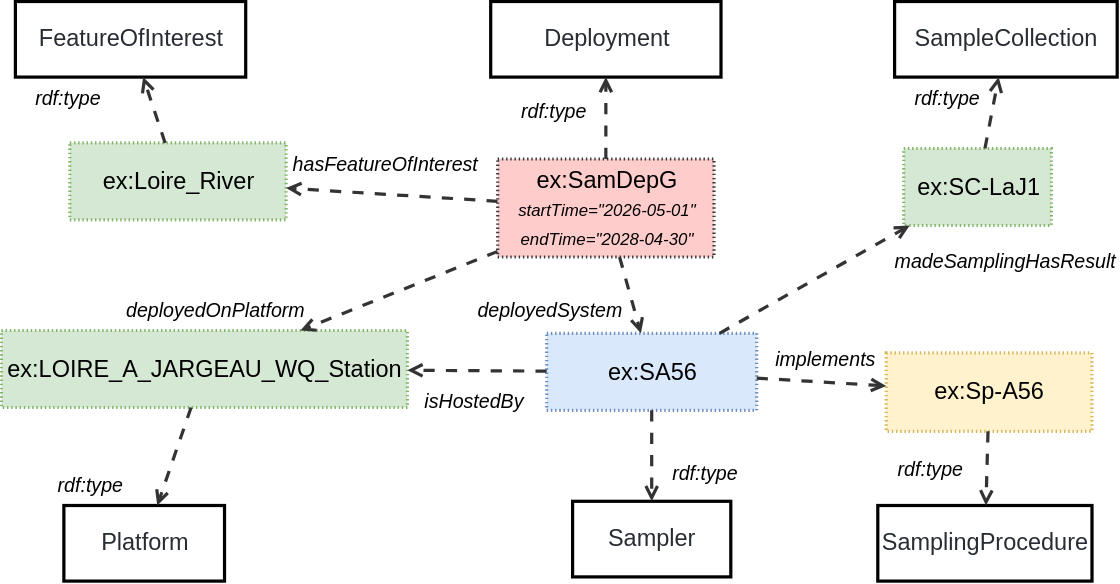
w3c/sdw-sosa-ssn keeps this draw.io diagram as ssn/images/PlannedDeployment.svg. Above is the earlier version. Source tidied: cells renumbered, new cells last; positions are measured from the earlier drawing's top-left corner, leaving out a move shared by most shapes.
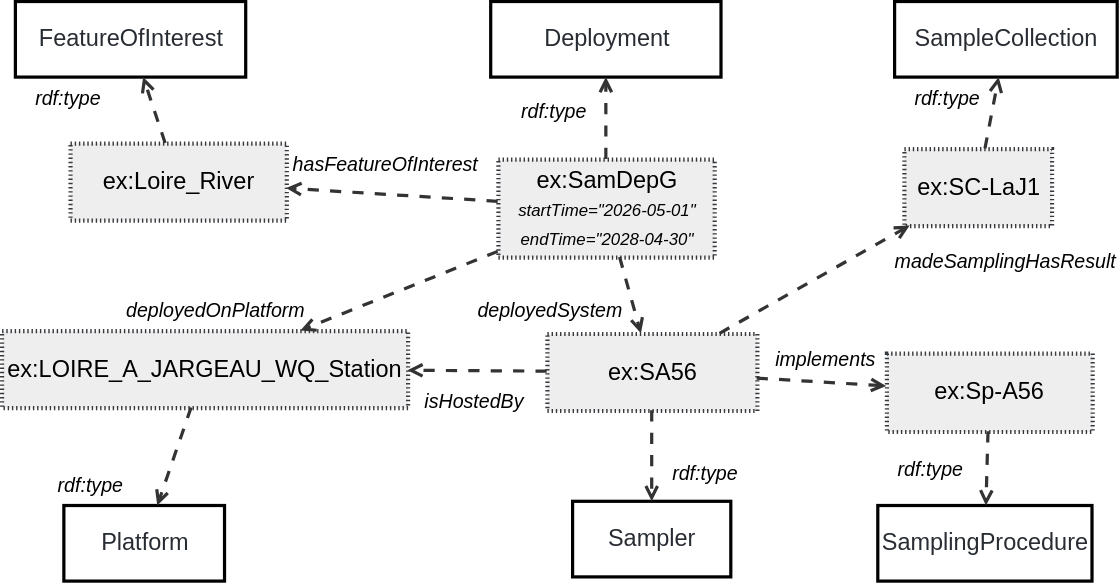
After the change.

Diff of the diagram source:
```diff
@@ -2,7 +2,7 @@
   <root>
     <mxCell id="0" />
     <mxCell id="1" parent="0" />
-    <mxCell id="2" value="ex:SC-LaJ1" style="html=1;overflow=block;blockSpacing=1;whiteSpace=wrap;fontSize=16.8;align=center;spacing=0;strokeOpacity=100;fillColor=#d5e8d4;dashed=1;fixDash=1;dashPattern=1 2;strokeWidth=2.3;strokeColor=#82b366;" parent="1" vertex="1">
+    <mxCell id="2" value="ex:SC-LaJ1" style="html=1;overflow=block;blockSpacing=1;whiteSpace=wrap;fontSize=16.8;align=center;spacing=0;strokeOpacity=100;fillColor=#eeeeee;dashed=1;fixDash=1;dashPattern=1 2;strokeWidth=3;strokeColor=#36393d;" parent="1" vertex="1">
       <mxGeometry x="644.5" y="105" width="105.5" height="55" as="geometry" />
     </mxCell>
     <mxCell id="3" value="SampleCollection" style="html=1;overflow=block;blockSpacing=1;whiteSpace=wrap;fontSize=16.8;fontColor=#282c33;align=center;spacing=0;strokeOpacity=100;fillColor=none;strokeWidth=2.3;" parent="1" vertex="1">
@@ -14,7 +14,7 @@
     <mxCell id="5" value="rdf:type" style="html=1;overflow=block;blockSpacing=1;whiteSpace=wrap;fontSize=14;fontStyle=2;align=center;spacing=0;strokeColor=none;strokeOpacity=100;fillOpacity=100;fillColor=none;strokeWidth=2.3;lucidId=ZyNQdXScJ7d8;" parent="1" vertex="1">
       <mxGeometry x="638" y="54" width="75" height="30" as="geometry" />
     </mxCell>
-    <mxCell id="6" value="ex:Loire_River" style="html=1;overflow=block;blockSpacing=1;whiteSpace=wrap;fontSize=16.8;align=center;spacing=0;strokeOpacity=100;fillColor=#d5e8d4;dashed=1;fixDash=1;dashPattern=1 2;strokeWidth=2.3;strokeColor=#82b366;" parent="1" vertex="1">
+    <mxCell id="6" value="ex:Loire_River" style="html=1;overflow=block;blockSpacing=1;whiteSpace=wrap;fontSize=16.8;align=center;spacing=0;strokeOpacity=100;fillColor=#eeeeee;dashed=1;fixDash=1;dashPattern=1 2;strokeWidth=3;strokeColor=#36393d;" parent="1" vertex="1">
       <mxGeometry x="48.9" y="101" width="154.5" height="55" as="geometry" />
     </mxCell>
     <mxCell id="7" style="html=1;jettySize=18;whiteSpace=wrap;fontSize=13;strokeColor=#333333;strokeOpacity=100;dashed=1;fixDash=1;dashPattern=8 8;strokeWidth=2.3;rounded=0;arcSize=24;startArrow=none;endArrow=open;lucidId=a.MQUB3mGXbf;" parent="1" edge="1" source="30" target="6">
@@ -32,7 +32,7 @@
     <mxCell id="11" style="html=1;jettySize=18;whiteSpace=wrap;fontSize=13;strokeColor=#333333;strokeOpacity=100;dashed=1;fixDash=1;dashPattern=8 8;strokeWidth=2.3;rounded=0;startArrow=none;endArrow=open;lucidId=XvNQ3zJcAKRb;" parent="1" edge="1" source="6" target="9">
       <mxGeometry relative="1" as="geometry" />
     </mxCell>
-    <mxCell id="12" value="ex:SA56" style="html=1;overflow=block;blockSpacing=1;whiteSpace=wrap;fontSize=16.8;align=center;spacing=0;strokeOpacity=100;fillColor=#dae8fc;dashed=1;fixDash=1;dashPattern=1 2;strokeWidth=2.3;strokeColor=#6c8ebf;" parent="1" vertex="1">
+    <mxCell id="12" value="ex:SA56" style="html=1;overflow=block;blockSpacing=1;whiteSpace=wrap;fontSize=16.8;align=center;spacing=0;strokeOpacity=100;fillColor=#eeeeee;dashed=1;fixDash=1;dashPattern=1 2;strokeWidth=3;strokeColor=#36393d;" parent="1" vertex="1">
       <mxGeometry x="389.5" y="237" width="150" height="55" as="geometry" />
     </mxCell>
     <mxCell id="13" value="Sampler" style="html=1;overflow=block;blockSpacing=1;whiteSpace=wrap;fontSize=16.8;fontColor=#282c33;align=center;spacing=0;strokeOpacity=100;fillColor=none;strokeWidth=2.3;" parent="1" vertex="1">
@@ -50,7 +50,7 @@
     <mxCell id="17" value="madeSamplingHasResult" style="html=1;overflow=block;blockSpacing=1;whiteSpace=wrap;fontSize=14;fontStyle=2;align=center;spacing=0;strokeColor=none;strokeOpacity=100;fillOpacity=100;fillColor=none;strokeWidth=2.3;lucidId=a.MQIzYVmevB;" parent="1" vertex="1">
       <mxGeometry x="638" y="170" width="75" height="30" as="geometry" />
     </mxCell>
-    <mxCell id="18" value="ex:LOIRE_A_JARGEAU_WQ_Station" style="html=1;overflow=block;blockSpacing=1;whiteSpace=wrap;fontSize=16.8;align=center;spacing=0;strokeOpacity=100;fillColor=#d5e8d4;dashed=1;fixDash=1;dashPattern=1 2;strokeWidth=2.3;strokeColor=#82b366;" parent="1" vertex="1">
+    <mxCell id="18" value="ex:LOIRE_A_JARGEAU_WQ_Station" style="html=1;overflow=block;blockSpacing=1;whiteSpace=wrap;fontSize=16.8;align=center;spacing=0;strokeOpacity=100;fillColor=#eeeeee;dashed=1;fixDash=1;dashPattern=1 2;strokeWidth=3;strokeColor=#36393d;" parent="1" vertex="1">
       <mxGeometry y="235" width="290" height="55" as="geometry" />
     </mxCell>
     <mxCell id="19" value="Platform" style="html=1;overflow=block;blockSpacing=1;whiteSpace=wrap;fontSize=16.8;fontColor=#282c33;align=center;spacing=0;strokeOpacity=100;fillColor=none;strokeWidth=2.3;" parent="1" vertex="1">
@@ -68,7 +68,7 @@
     <mxCell id="23" value="deployedOnPlatform" style="html=1;overflow=block;blockSpacing=1;whiteSpace=wrap;fontSize=14;fontStyle=2;align=center;spacing=0;strokeColor=none;strokeOpacity=100;fillOpacity=100;fillColor=none;strokeWidth=2.3;lucidId=a.MQIzYVmevB;" parent="1" vertex="1">
       <mxGeometry x="88.6" y="205" width="75" height="30" as="geometry" />
     </mxCell>
-    <mxCell id="24" value="ex:Sp-A56" style="html=1;overflow=block;blockSpacing=1;whiteSpace=wrap;fontSize=16.8;align=center;spacing=0;strokeOpacity=100;fillColor=#fff2cc;dashed=1;fixDash=1;dashPattern=1 2;strokeWidth=2.3;strokeColor=#d6b656;" parent="1" vertex="1">
+    <mxCell id="24" value="ex:Sp-A56" style="html=1;overflow=block;blockSpacing=1;whiteSpace=wrap;fontSize=16.8;align=center;spacing=0;strokeOpacity=100;fillColor=#eeeeee;dashed=1;fixDash=1;dashPattern=1 2;strokeWidth=3;strokeColor=#36393d;" parent="1" vertex="1">
       <mxGeometry x="632" y="251" width="147" height="56" as="geometry" />
     </mxCell>
     <mxCell id="25" value="SamplingProcedure" style="html=1;overflow=block;blockSpacing=1;whiteSpace=wrap;fontSize=16.8;fontColor=#282c33;align=center;spacing=0;strokeOpacity=100;fillColor=none;strokeWidth=2.3;" parent="1" vertex="1">
@@ -86,7 +86,7 @@
     <mxCell id="29" value="implements" style="html=1;overflow=block;blockSpacing=1;whiteSpace=wrap;fontSize=14;fontStyle=2;align=center;spacing=0;strokeColor=none;strokeOpacity=100;fillOpacity=100;fillColor=none;strokeWidth=2.3;lucidId=ZyNQdXScJ7d8;" parent="1" vertex="1">
       <mxGeometry x="551" y="240" width="75" height="30" as="geometry" />
     </mxCell>
-    <mxCell id="30" value="ex:SamDepG&lt;br&gt;&lt;font style=&quot;font-size: 12px;&quot;&gt;&lt;i&gt;startTime=&quot;2026-05-01&quot;&lt;br&gt;endTime=&quot;2028-04-30&quot;&lt;/i&gt;&lt;/font&gt;" style="html=1;overflow=block;blockSpacing=1;whiteSpace=wrap;fontSize=16.8;align=center;spacing=0;strokeOpacity=100;fillColor=#ffcccc;dashed=1;fixDash=1;dashPattern=1 2;strokeWidth=2.3;strokeColor=#36393d;" parent="1" vertex="1">
+    <mxCell id="30" value="ex:SamDepG&lt;br&gt;&lt;font style=&quot;font-size: 12px;&quot;&gt;&lt;i&gt;startTime=&quot;2026-05-01&quot;&lt;br&gt;endTime=&quot;2028-04-30&quot;&lt;/i&gt;&lt;/font&gt;" style="html=1;overflow=block;blockSpacing=1;whiteSpace=wrap;fontSize=16.8;align=center;spacing=0;strokeOpacity=100;fillColor=#eeeeee;dashed=1;fixDash=1;dashPattern=1 2;strokeWidth=3;strokeColor=#36393d;" parent="1" vertex="1">
       <mxGeometry x="354.5" y="112.5" width="154.5" height="70" as="geometry" />
     </mxCell>
     <mxCell id="31" value="Deployment" style="html=1;overflow=block;blockSpacing=1;whiteSpace=wrap;fontSize=16.8;fontColor=#282c33;align=center;spacing=0;strokeOpacity=100;fillColor=none;strokeWidth=2.3;" parent="1" vertex="1">
```
